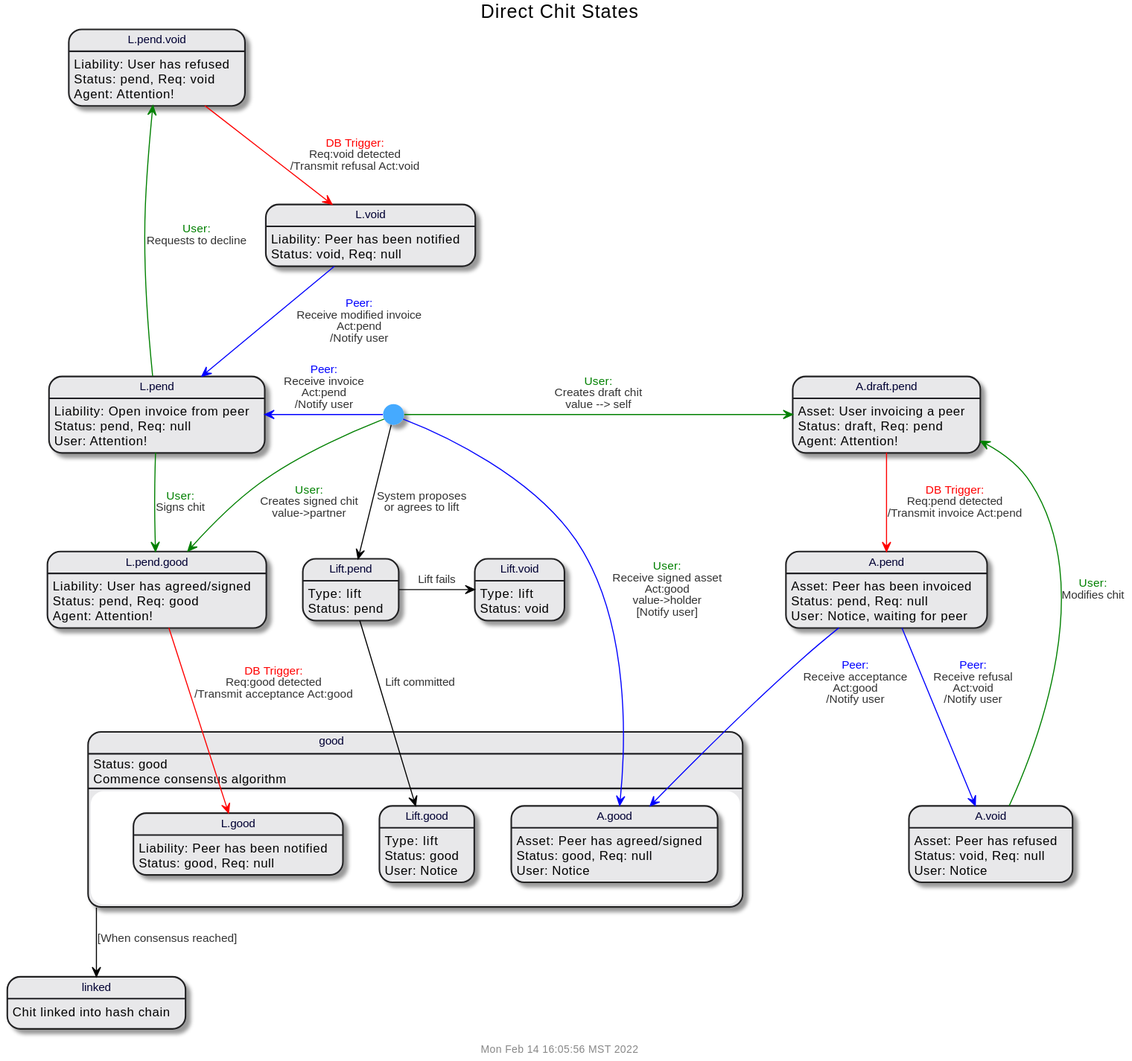
The PlantUML diagram doc/uml/state-chit.svg in gotchoices/MyCHIPs, before a commit.
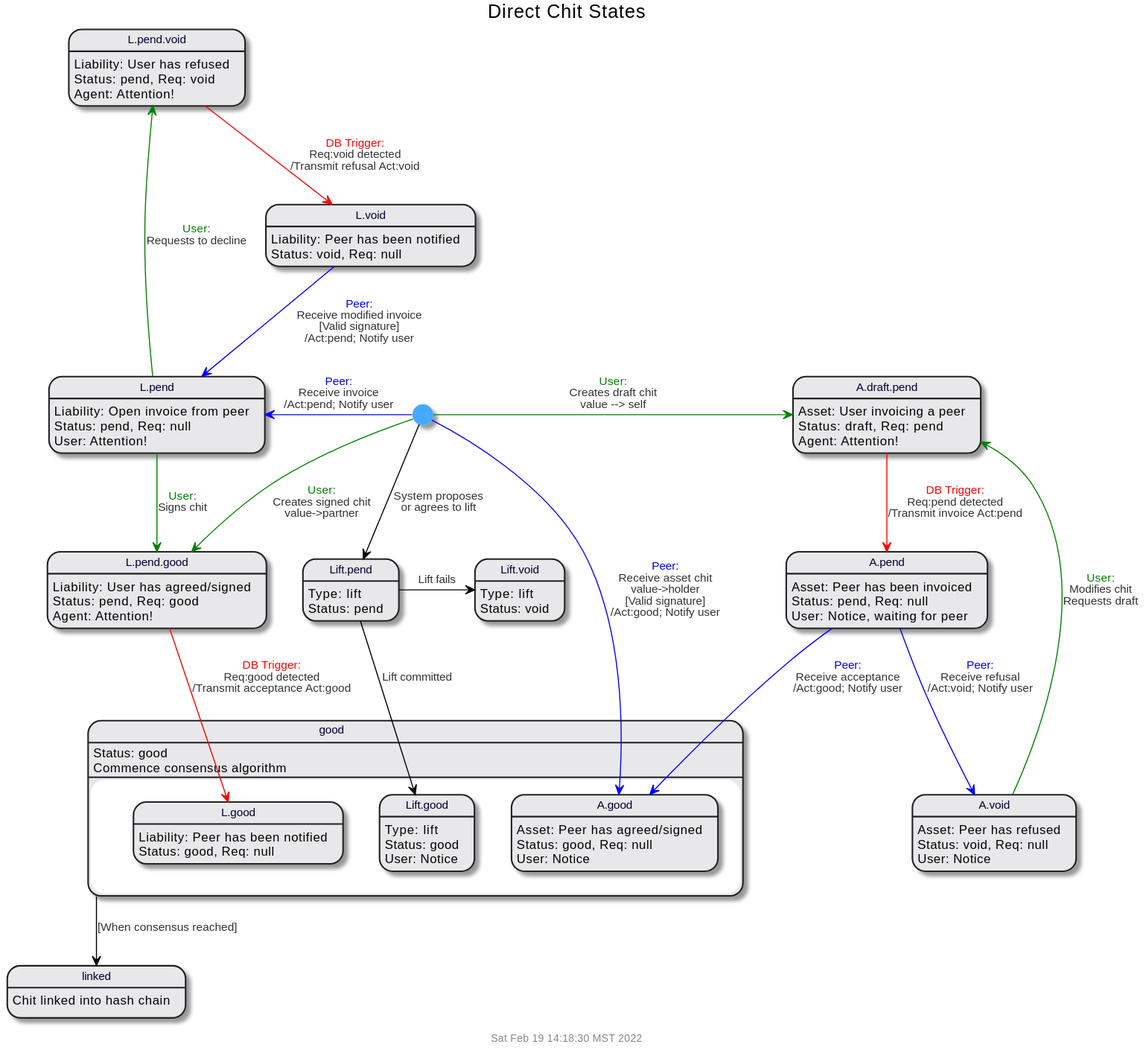
The same file after the commit.

Diff of the diagram source:
```diff
@@ -61,18 +61,18 @@
 liftVoid : Type: lift\nStatus: void
 
 [*] -right[$user]-> aDraftPend : $trans($user,Creates draft chit\nvalue --> self)
-[*] -left[$peer]-> lPend : $trans($peer,Receive invoice\nAct:pend,'',Notify user)
+[*] -left[$peer]-> lPend : $trans($peer,Receive invoice,'',Act:pend; Notify user)
 [*] -[$user]-> lPendGood : $trans($user,Creates signed chit\nvalue->partner)
-[*] -[$peer]-> aGood : $trans($user,Receive signed asset\nAct:good\nvalue->holder,Notify user)
+[*] -[$peer]-> aGood : $trans($peer,Receive asset chit\nvalue->holder, Valid signature, Act:good; Notify user)
 
 aDraftPend -[$db]-> aPend : $trans($db,Req:pend detected,'',Transmit invoice Act:pend)
-aPend -[$peer]-> aVoid : $trans($peer,Receive refusal\nAct:void,'',Notify user)
-aVoid -[$user]-> aDraftPend : $trans($user,Modifies chit,'')
-aPend -[$peer]-> aGood : $trans($peer,Receive acceptance\nAct:good,'',Notify user)
+aPend -[$peer]-> aVoid : $trans($peer,Receive refusal,'',Act:void; Notify user)
+aVoid -[$user]-> aDraftPend : $trans($user,Modifies chit\nRequests draft,'')
+aPend -[$peer]-> aGood : $trans($peer,Receive acceptance,'',Act:good; Notify user)
 
 lPend -up[$user]-> lPendVoid : $trans($user, Requests to decline)
 lPendVoid -[$db]-> lVoid : $trans($db, Req:void detected, '', Transmit refusal Act:void)
-lVoid -[$peer]-> lPend : $trans($peer,Receive modified invoice\nAct:pend,'',Notify user)
+lVoid -[$peer]-> lPend : $trans($peer,Receive modified invoice,Valid signature,Act:pend; Notify user)
 
 lPend -[$user]-> lPendGood : $trans($user, Signs chit)
 lPendGood -[$db]-> lGood : $trans($db, Req:good detected,'', Transmit acceptance Act:good)
```
